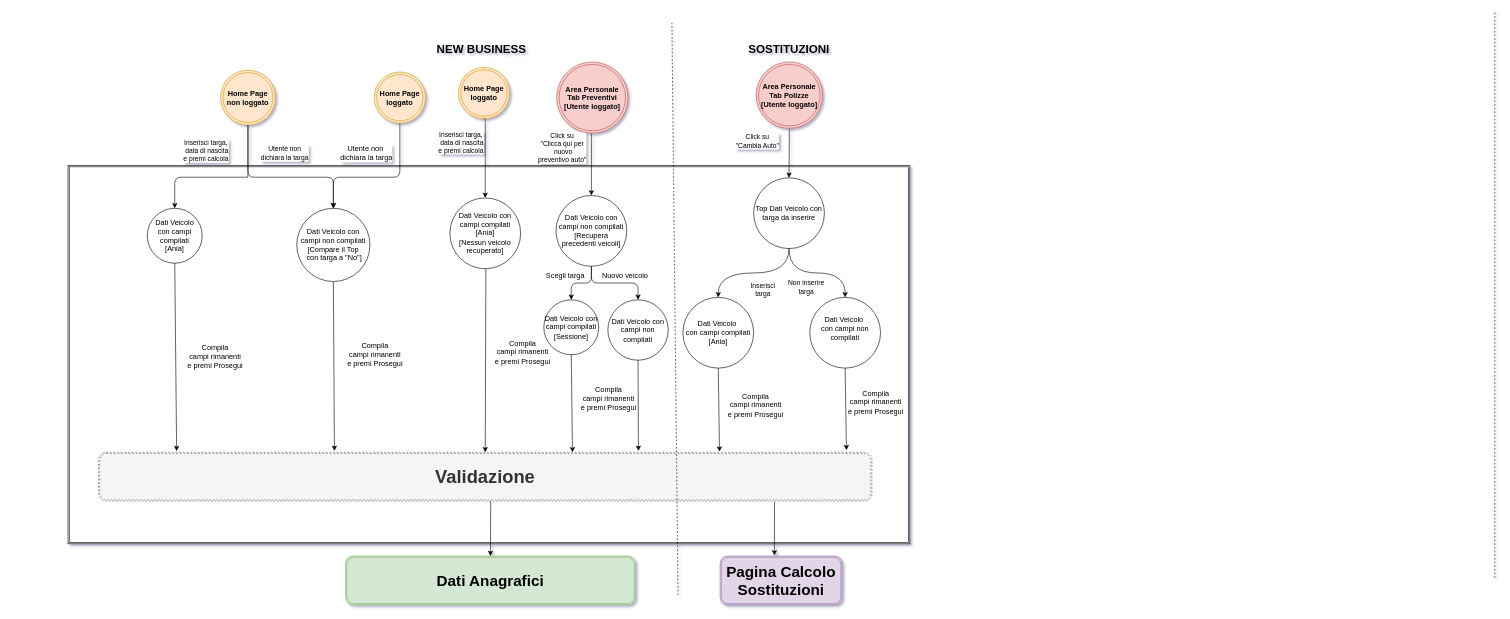
This is Dati Veicolo.drawio from kaito93/Quixa, a draw.io file, before an edit. Source tidied: cells renumbered, new cells numbered last; positions are measured from the earlier drawing's top-left corner, leaving out a move shared by most shapes. Both pictures are drawn from the tidied source at 61%, with x=0, y=0 at pixel (68, 10).
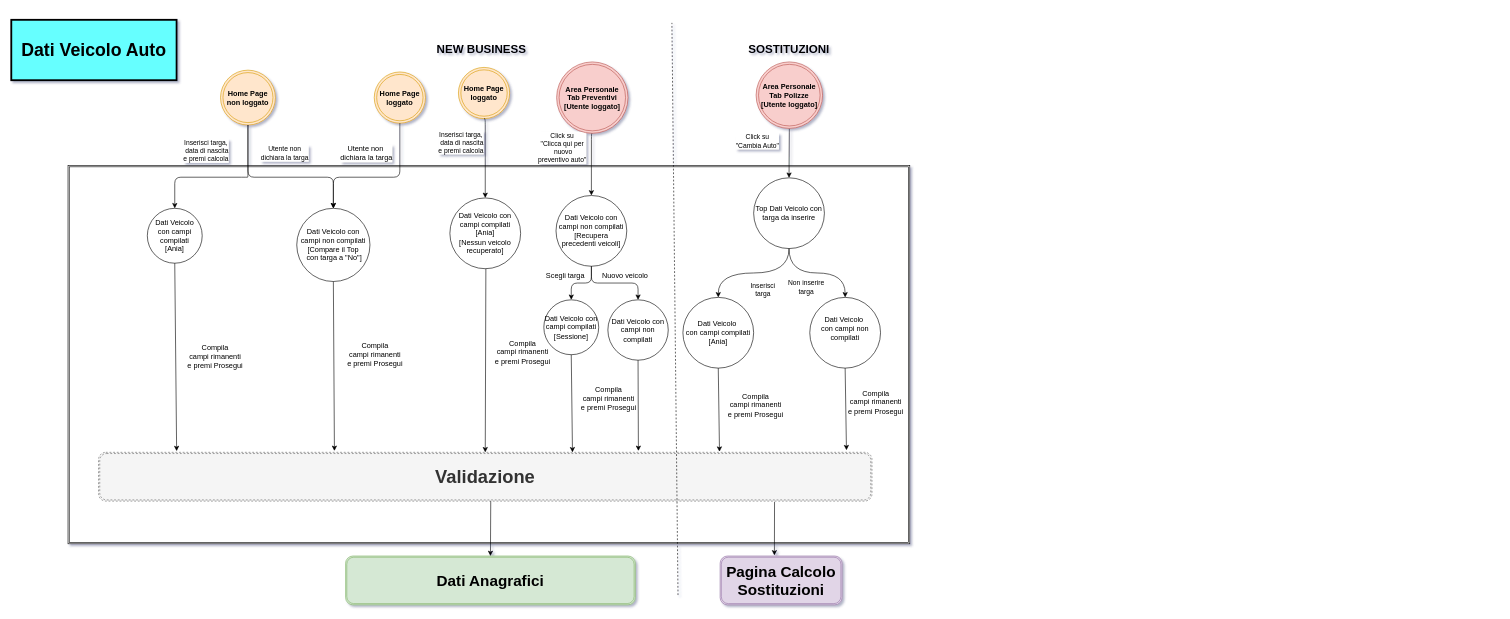
The same diagram, later.

Diff of the diagram source:
```diff
@@
-    <mxCell id="21" style="endArrow=none;dashed=1;html=1;" parent="1" edge="1">
-      <mxGeometry relative="1" as="geometry">
-        <mxPoint x="2339" y="930" as="sourcePoint" />
-        <mxPoint x="2339" as="targetPoint" />
-      </mxGeometry>
-    </mxCell>
@@
+    <mxCell id="52" value="&lt;b&gt;&lt;font style=&quot;font-size: 29px&quot;&gt;Dati Veicolo Auto&lt;/font&gt;&lt;/b&gt;" style="text;html=1;strokeColor=#000000;fillColor=#66FFFF;align=center;verticalAlign=middle;whiteSpace=wrap;rounded=0;shadow=0;glass=0;comic=0;strokeWidth=3;" parent="1" vertex="1">
+      <mxGeometry x="-93" y="15" width="271" height="99" as="geometry" />
+    </mxCell>
```
